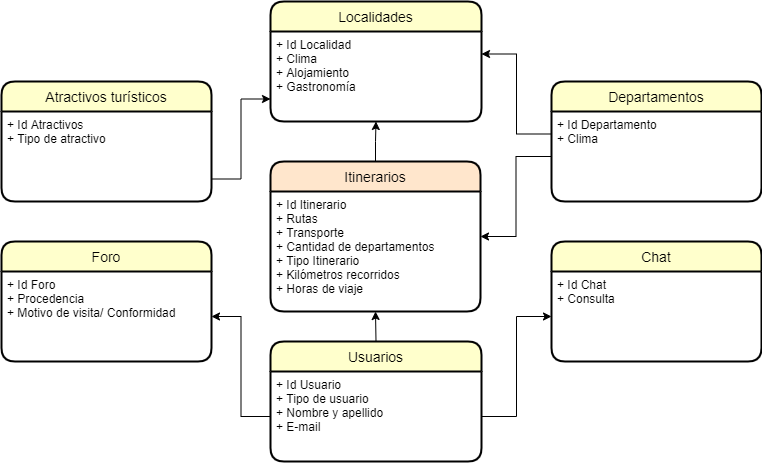
This is Tablas grupo 1.png from FullStackCatamarca/proyecto_g1-proyecto_Viajes365, a draw.io export, as it was before one commit. Source tidied: cells renumbered, new cells last; positions are measured from the earlier drawing's top-left corner, leaving out a move shared by most shapes.
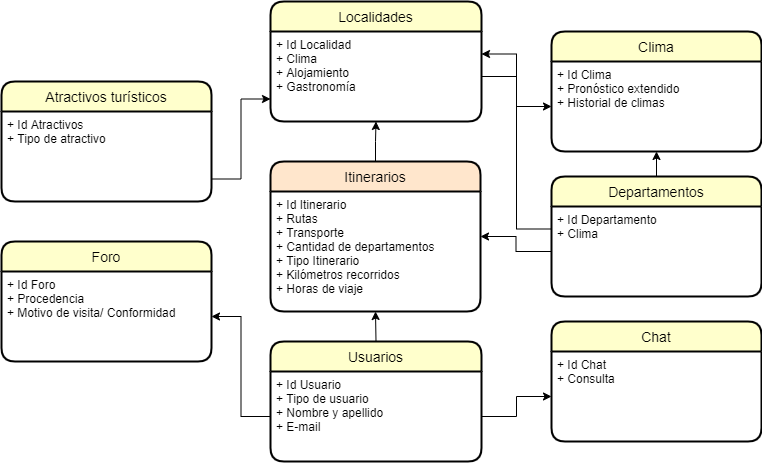
After the commit.

Diff of the diagram source:
```diff
@@ -42,7 +42,7 @@
       <mxGeometry y="30" width="210" height="90" as="geometry" />
     </mxCell>
     <mxCell id="15" value="Chat" style="swimlane;horizontal=1;startSize=30;rounded=1;fontSize=14;fontStyle=0;strokeWidth=2;shadow=0;dashed=0;align=center;fillColor=#FFFFCC;" parent="1" vertex="1">
-      <mxGeometry x="550" y="240" width="210" height="120" as="geometry" />
+      <mxGeometry x="550" y="320" width="210" height="120" as="geometry" />
     </mxCell>
     <mxCell id="16" value="+ Id Chat &#10;+ Consulta&#10;" style="align=left;strokeColor=none;fillColor=none;spacingLeft=4;fontSize=12;verticalAlign=top;" parent="15" vertex="1">
       <mxGeometry y="30" width="210" height="90" as="geometry" />
@@ -56,8 +56,11 @@
     <mxCell id="19" style="edgeStyle=orthogonalEdgeStyle;rounded=0;jettySize=auto;html=1;exitX=1;exitY=0.75;exitDx=0;exitDy=0;entryX=0;entryY=0.75;entryDx=0;entryDy=0;" parent="1" edge="1" source="5" target="3">
       <mxGeometry relative="1" as="geometry" />
     </mxCell>
+    <mxCell id="24" style="edgeStyle=orthogonalEdgeStyle;rounded=0;jettySize=auto;html=1;exitX=0.5;exitY=0;exitDx=0;exitDy=0;entryX=0.5;entryY=1;entryDx=0;entryDy=0;" parent="1" edge="1" source="20" target="26">
+      <mxGeometry relative="1" as="geometry" />
+    </mxCell>
     <mxCell id="20" value="Departamentos" style="swimlane;horizontal=1;startSize=30;rounded=1;fontSize=14;fontStyle=0;strokeWidth=2;shadow=0;dashed=0;align=center;fillColor=#FFFFCC;" parent="1" vertex="1">
-      <mxGeometry x="550" y="80" width="210" height="120" as="geometry" />
+      <mxGeometry x="550" y="175" width="210" height="120" as="geometry" />
     </mxCell>
     <mxCell id="21" value="+ Id Departamento &#10;+ Clima &#10;&#10;&#10;" style="align=left;strokeColor=none;fillColor=none;spacingLeft=4;fontSize=12;verticalAlign=top;" parent="20" vertex="1">
       <mxGeometry y="30" width="210" height="90" as="geometry" />
@@ -68,5 +71,14 @@
     <mxCell id="23" style="edgeStyle=orthogonalEdgeStyle;rounded=0;jettySize=auto;html=1;exitX=0;exitY=0.25;exitDx=0;exitDy=0;entryX=1;entryY=0.25;entryDx=0;entryDy=0;" parent="1" edge="1" source="21" target="3">
       <mxGeometry relative="1" as="geometry" />
     </mxCell>
+    <mxCell id="25" value="Clima" style="swimlane;horizontal=1;startSize=30;rounded=1;fontSize=14;fontStyle=0;strokeWidth=2;shadow=0;dashed=0;align=center;fillColor=#FFFFCC;" parent="1" vertex="1">
+      <mxGeometry x="550" y="30" width="210" height="120" as="geometry" />
+    </mxCell>
+    <mxCell id="26" value="+ Id Clima&#10;+ Pronóstico extendido&#10;+ Historial de climas&#10;&#10;&#10;&#10;" style="align=left;strokeColor=none;fillColor=none;spacingLeft=4;fontSize=12;verticalAlign=top;" parent="25" vertex="1">
+      <mxGeometry y="30" width="210" height="90" as="geometry" />
+    </mxCell>
+    <mxCell id="27" style="edgeStyle=orthogonalEdgeStyle;rounded=0;jettySize=auto;html=1;exitX=1;exitY=0.5;exitDx=0;exitDy=0;entryX=0;entryY=0.5;entryDx=0;entryDy=0;" parent="1" edge="1" source="3" target="26">
+      <mxGeometry relative="1" as="geometry" />
+    </mxCell>
   </root>
 </mxGraphModel>
```
